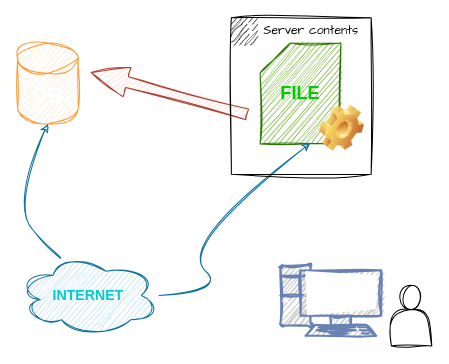
This is ejemplo.drawio from mikelapro/login-registro-database, a draw.io file, before an edit. Source tidied: cells renumbered, new cells numbered last; positions are measured from the earlier drawing's top-left corner, leaving out a move shared by most shapes. Both pictures are drawn from the tidied source at 101%, with x=0, y=0 at pixel (7, 17).
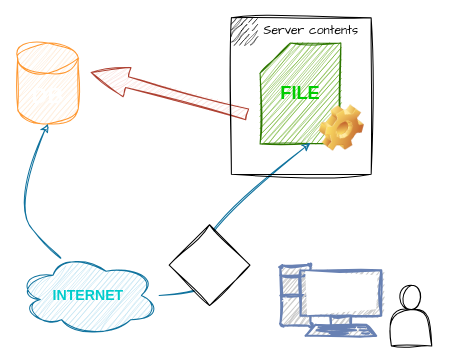
Above is the later version.

Diff of the diagram source:
```diff
@@
 <mxGraphModel>
   <root>
     <mxCell id="0" />
     <mxCell id="1" parent="0" />
     <mxCell id="2" value="&lt;font style=&quot;font-size: 22px;&quot; color=&quot;#ffffff&quot;&gt;&lt;b&gt;DB&lt;/b&gt;&lt;/font&gt;" style="shape=cylinder3;whiteSpace=wrap;html=1;boundedLbl=1;backgroundOutline=1;size=15;fillColor=#ffe6cc;strokeColor=#FF9933;sketch=1;curveFitting=1;jiggle=2;" parent="1" vertex="1">
       <mxGeometry x="10" y="25" width="60" height="80" as="geometry" />
     </mxCell>
     <mxCell id="3" value="&lt;b&gt;&lt;font color=&quot;#00cc00&quot; style=&quot;font-size: 18px;&quot;&gt;FILE&lt;/font&gt;&lt;/b&gt;" style="shape=card;whiteSpace=wrap;html=1;fillColor=#60a917;fontColor=#ffffff;strokeColor=#2D7600;sketch=1;curveFitting=1;jiggle=2;" parent="1" vertex="1">
       <mxGeometry x="250" y="25" width="80" height="100" as="geometry" />
     </mxCell>
     <mxCell id="4" value="&lt;b&gt;&lt;font color=&quot;#00cccc&quot; style=&quot;font-size: 14px;&quot;&gt;INTERNET&lt;/font&gt;&lt;/b&gt;" style="ellipse;shape=cloud;whiteSpace=wrap;html=1;fillColor=#b1ddf0;strokeColor=#10739e;sketch=1;curveFitting=1;jiggle=2;" parent="1" vertex="1">
       <mxGeometry x="10" y="235" width="140" height="80" as="geometry" />
     </mxCell>
     <mxCell id="5" style="curved=1;endArrow=classic;html=1;entryX=0.625;entryY=0.99;entryDx=0;entryDy=0;entryPerimeter=0;flowAnimation=1;sketch=1;curveFitting=1;jiggle=2;fillColor=#b1ddf0;strokeColor=#10739e;" parent="1" edge="1" source="4" target="3">
       <mxGeometry relative="1" as="geometry">
         <Array as="points">
           <mxPoint x="220" y="275" />
           <mxPoint x="170" y="225" />
         </Array>
       </mxGeometry>
     </mxCell>
     <mxCell id="6" style="curved=1;endArrow=classic;html=1;hachureGap=4;fontFamily=Architects Daughter;fontSize=14;fontColor=#00CCCC;entryX=0.5;entryY=1;entryDx=0;entryDy=0;entryPerimeter=0;fillColor=#b1ddf0;strokeColor=#10739e;sketch=1;curveFitting=1;jiggle=2;" parent="1" edge="1" source="4" target="2">
       <mxGeometry relative="1" as="geometry">
         <Array as="points">
           <mxPoint x="50" y="235" />
           <mxPoint y="185" />
         </Array>
       </mxGeometry>
     </mxCell>
     <mxCell id="7" style="shape=image;html=1;verticalLabelPosition=bottom;verticalAlign=top;imageAspect=1;image=img/clipart/Gear_128x128.png;hachureGap=4;fontFamily=Architects Daughter;fontSize=14;fontColor=#00CCCC;sketch=1;curveFitting=1;jiggle=2;rotation=15;" parent="1" vertex="1">
       <mxGeometry x="310" y="85" width="41.6" height="48.8" as="geometry" />
     </mxCell>
     <mxCell id="8" style="shape=singleArrow;direction=west;whiteSpace=wrap;html=1;hachureGap=4;fontFamily=Architects Daughter;fontSize=14;arrowWidth=0.36666666666666664;arrowSize=0.23;fillColor=#fad9d5;strokeColor=#ae4132;rotation=15;sketch=1;curveFitting=1;jiggle=2;" parent="1" vertex="1">
       <mxGeometry x="80" y="60" width="160" height="30" as="geometry" />
     </mxCell>
     <mxCell id="9" value="Server contents" style="html=1;whiteSpace=wrap;fontSize=12;fontStyle=0;shape=mxgraph.aws4.group;grIcon=mxgraph.aws4.group_on_premise;verticalAlign=top;align=left;spacingLeft=30;dashed=0;hachureGap=4;fontFamily=Architects Daughter;sketch=1;curveFitting=1;jiggle=2;fillColor=none;" parent="1" vertex="1">
       <mxGeometry x="221.6" width="138.4" height="155" as="geometry" />
     </mxCell>
     <mxCell id="10" style="shape=actor;whiteSpace=wrap;html=1;hachureGap=4;fontFamily=Architects Daughter;fontSize=14;fontColor=#00CCCC;sketch=1;curveFitting=1;jiggle=2;" parent="1" vertex="1">
       <mxGeometry x="380" y="265" width="40" height="60" as="geometry" />
     </mxCell>
     <mxCell id="11" style="fontColor=#0066CC;verticalAlign=top;verticalLabelPosition=bottom;labelPosition=center;align=center;html=1;fillColor=#CCCCCC;strokeColor=#6881B3;gradientColor=none;gradientDirection=north;strokeWidth=2;shape=mxgraph.networks.pc;hachureGap=4;fontFamily=Architects Daughter;fontSize=14;sketch=1;curveFitting=1;jiggle=2;" parent="1" vertex="1">
       <mxGeometry x="270" y="245" width="100" height="70" as="geometry" />
     </mxCell>
+    <mxCell id="12" style="rhombus;whiteSpace=wrap;html=1;sketch=1;hachureGap=4;jiggle=2;curveFitting=1;fontFamily=Architects Daughter;fontSize=20;" parent="1" vertex="1">
+      <mxGeometry x="160" y="205" width="80" height="80" as="geometry" />
+    </mxCell>
   </root>
 </mxGraphModel>
```
